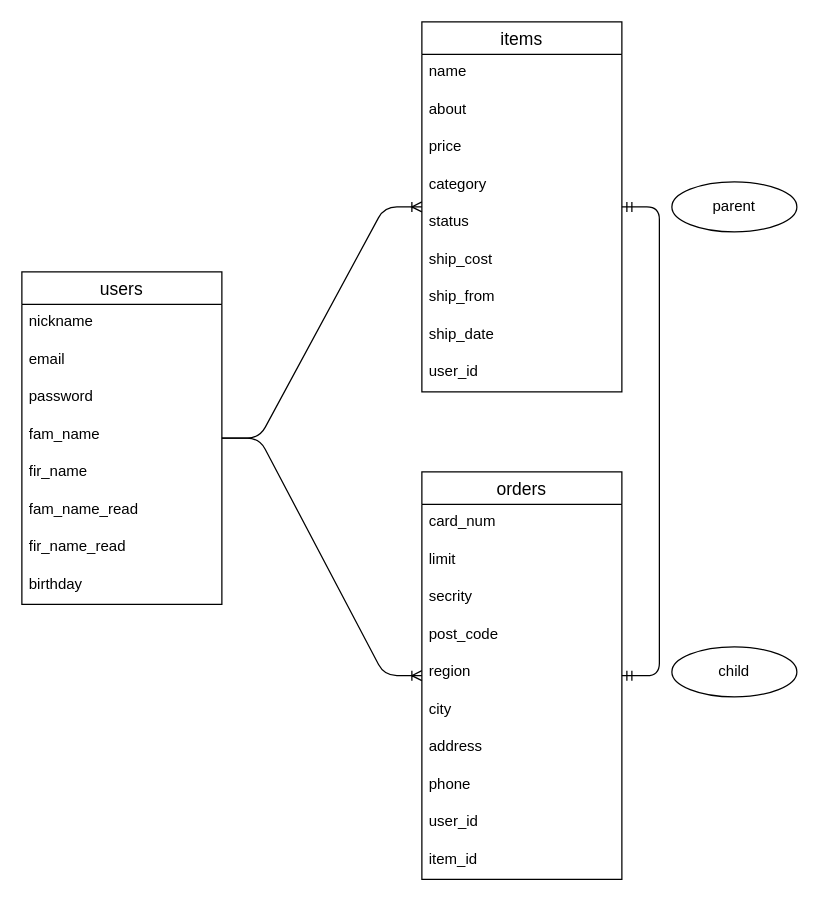
Before: ER.dio in mtstro/furima-31630, a draw.io diagram. Source tidied: cells renumbered, new cells numbered last; positions are measured from the earlier drawing's top-left corner, leaving out a move shared by most shapes. Both pictures are drawn from the tidied source at 125%, with x=0, y=0 at pixel (21, 21).
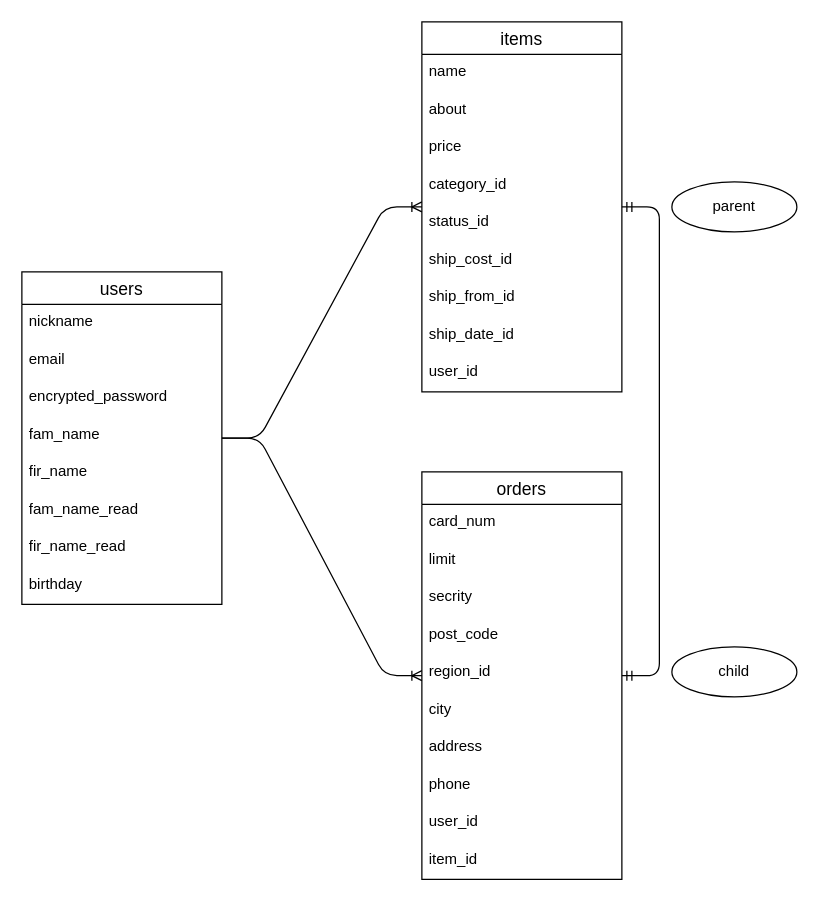
The same page after the edit.

Commit message (it also covers changes not shown here):
データベース設計、修正１

The change refers to these unchanged cells:
```xml
<mxCell id="5" value="items" style="swimlane;fontStyle=0;horizontal=1;startSize=26;align=center;fontSize=14;" parent="1" vertex="1">
  <mxGeometry x="320" width="160" height="296" as="geometry" />
</mxCell>
<mxCell id="15" value="orders" style="swimlane;fontStyle=0;horizontal=1;startSize=26;align=center;fontSize=14;" parent="1" vertex="1">
  <mxGeometry x="320" y="360" width="160" height="326" as="geometry" />
</mxCell>
<mxCell id="28" value="users" style="swimlane;fontStyle=0;horizontal=1;startSize=26;align=center;fontSize=14;" parent="1" vertex="1">
  <mxGeometry y="200" width="160" height="266" as="geometry" />
</mxCell>
```

The edit, as a diff of the source:
```diff
@@
-    <mxCell id="9" value="category" style="text;strokeColor=none;fillColor=none;spacingLeft=4;spacingRight=4;overflow=hidden;fontSize=12;" parent="5" vertex="1">
+    <mxCell id="9" value="category_id" style="text;strokeColor=none;fillColor=none;spacingLeft=4;spacingRight=4;overflow=hidden;fontSize=12;" parent="5" vertex="1">
       <mxGeometry y="116" width="160" height="30" as="geometry" />
     </mxCell>
-    <mxCell id="10" value="status" style="text;strokeColor=none;fillColor=none;spacingLeft=4;spacingRight=4;overflow=hidden;fontSize=12;" parent="5" vertex="1">
+    <mxCell id="10" value="status_id" style="text;strokeColor=none;fillColor=none;spacingLeft=4;spacingRight=4;overflow=hidden;fontSize=12;" parent="5" vertex="1">
       <mxGeometry y="146" width="160" height="30" as="geometry" />
     </mxCell>
-    <mxCell id="11" value="ship_cost" style="text;strokeColor=none;fillColor=none;spacingLeft=4;spacingRight=4;overflow=hidden;fontSize=12;" parent="5" vertex="1">
+    <mxCell id="11" value="ship_cost_id" style="text;strokeColor=none;fillColor=none;spacingLeft=4;spacingRight=4;overflow=hidden;fontSize=12;" parent="5" vertex="1">
       <mxGeometry y="176" width="160" height="30" as="geometry" />
     </mxCell>
-    <mxCell id="12" value="ship_from" style="text;strokeColor=none;fillColor=none;spacingLeft=4;spacingRight=4;overflow=hidden;fontSize=12;" parent="5" vertex="1">
+    <mxCell id="12" value="ship_from_id" style="text;strokeColor=none;fillColor=none;spacingLeft=4;spacingRight=4;overflow=hidden;fontSize=12;" parent="5" vertex="1">
       <mxGeometry y="206" width="160" height="30" as="geometry" />
     </mxCell>
-    <mxCell id="13" value="ship_date" style="text;strokeColor=none;fillColor=none;spacingLeft=4;spacingRight=4;overflow=hidden;fontSize=12;" parent="5" vertex="1">
+    <mxCell id="13" value="ship_date_id" style="text;strokeColor=none;fillColor=none;spacingLeft=4;spacingRight=4;overflow=hidden;fontSize=12;" parent="5" vertex="1">
       <mxGeometry y="236" width="160" height="30" as="geometry" />
     </mxCell>
@@
-    <mxCell id="20" value="region" style="text;strokeColor=none;fillColor=none;spacingLeft=4;spacingRight=4;overflow=hidden;fontSize=12;" parent="15" vertex="1">
+    <mxCell id="20" value="region_id" style="text;strokeColor=none;fillColor=none;spacingLeft=4;spacingRight=4;overflow=hidden;fontSize=12;" parent="15" vertex="1">
       <mxGeometry y="146" width="160" height="30" as="geometry" />
     </mxCell>
@@
-    <mxCell id="31" value="password" style="text;strokeColor=none;fillColor=none;spacingLeft=4;spacingRight=4;overflow=hidden;fontSize=12;" parent="28" vertex="1">
+    <mxCell id="31" value="encrypted_password" style="text;strokeColor=none;fillColor=none;spacingLeft=4;spacingRight=4;overflow=hidden;fontSize=12;" parent="28" vertex="1">
       <mxGeometry y="86" width="160" height="30" as="geometry" />
     </mxCell>
```
